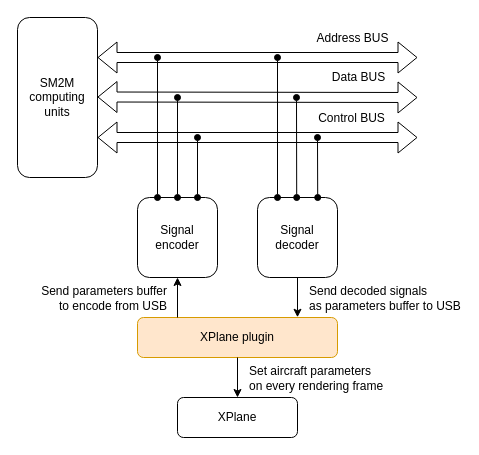
artemkorobko/an26sim keeps this draw.io diagram as sm2xpl/design.drawio. Above is the earlier version. Source tidied: cells renumbered, new cells numbered last; positions are measured from the earlier drawing's top-left corner, leaving out a move shared by most shapes. Both pictures are drawn from the tidied source at 100%, with x=0, y=0 at pixel (17, 17).
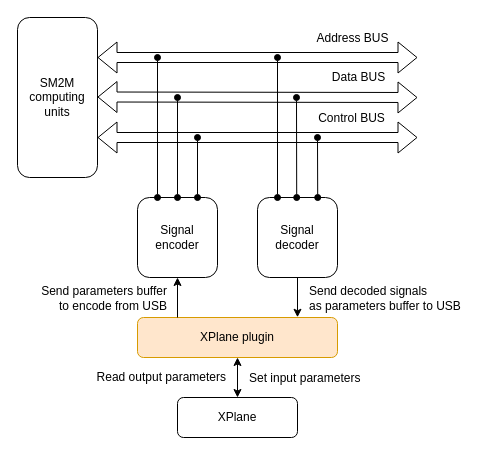
The same page after the edit.

Commit message (it also covers changes not shown here):
Update architecture design

The change refers to these unchanged cells:
```xml
<mxCell id="8" value="XPlane plugin" style="rounded=1;whiteSpace=wrap;html=1;fontSize=12;labelBackgroundColor=none;fillColor=#ffe6cc;strokeColor=#d79b00;fontColor=#000000;" parent="1" vertex="1">
  <mxGeometry x="120" y="300" width="200" height="40" as="geometry" />
</mxCell>
<mxCell id="11" value="XPlane" style="rounded=1;whiteSpace=wrap;html=1;fontSize=12;labelBackgroundColor=none;" parent="1" vertex="1">
  <mxGeometry x="160" y="380" width="120" height="40" as="geometry" />
</mxCell>
```

What changed in the source:
```diff
@@
-    <mxCell id="12" style="endArrow=classic;html=1;fontSize=12;exitX=0.5;exitY=1;exitDx=0;exitDy=0;entryX=0.5;entryY=0;entryDx=0;entryDy=0;labelBackgroundColor=none;" parent="1" edge="1" source="8" target="11">
+    <mxCell id="12" style="endArrow=classic;html=1;fontSize=12;exitX=0.5;exitY=1;exitDx=0;exitDy=0;entryX=0.5;entryY=0;entryDx=0;entryDy=0;labelBackgroundColor=none;startArrow=classic;startFill=1;" parent="1" edge="1" source="8" target="11">
       <mxGeometry relative="1" as="geometry" />
     </mxCell>
-    <mxCell id="13" value="Set aircraft parameters&lt;br&gt;on every rendering frame" style="edgeLabel;html=1;align=left;verticalAlign=middle;fontSize=12;labelBackgroundColor=none;" parent="12" vertex="1">
+    <mxCell id="13" value="Set input parameters" style="edgeLabel;html=1;align=left;verticalAlign=middle;fontSize=12;labelBackgroundColor=none;" parent="12" vertex="1">
       <mxGeometry x="-0.13" relative="1" as="geometry">
         <mxPoint x="10" y="3" as="offset" />
       </mxGeometry>
     </mxCell>
@@
+    <mxCell id="25" value="Read output parameters" style="edgeLabel;html=1;align=right;verticalAlign=middle;fontSize=12;labelBackgroundColor=none;" parent="1" vertex="1">
+      <mxGeometry x="70" y="379" as="geometry">
+        <mxPoint x="139" y="-20" as="offset" />
+      </mxGeometry>
+    </mxCell>
```
